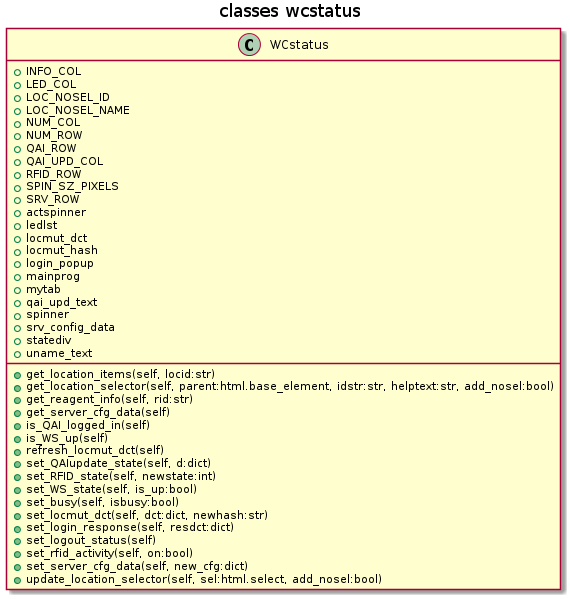
cfe-lab/stocky keeps this PlantUML diagram as stocky-devel/stocky/docs/source/uml_images/classes_wcstatus_classes.png. Above is the earlier version. Source of this version:
```plantuml
@startuml
title classes wcstatus
class WCstatus {
    +INFO_COL
    +LED_COL
    +LOC_NOSEL_ID
    +LOC_NOSEL_NAME
    +NUM_COL
    +NUM_ROW
    +QAI_ROW
    +QAI_UPD_COL
    +RFID_ROW
    +SPIN_SZ_PIXELS
    +SRV_ROW
    +actspinner
    +ledlst
    +locmut_dct
    +locmut_hash
    +login_popup
    +mainprog
    +mytab
    +qai_upd_text
    +spinner
    +srv_config_data
    +statediv
    +uname_text
    +get_location_items(self, locid:str)
    +get_location_selector(self, parent:html.base_element, idstr:str, helptext:str, add_nosel:bool)
    +get_reagent_info(self, rid:str)
    +get_server_cfg_data(self)
    +is_QAI_logged_in(self)
    +is_WS_up(self)
    +refresh_locmut_dct(self)
    +set_QAIupdate_state(self, d:dict)
    +set_RFID_state(self, newstate:int)
    +set_WS_state(self, is_up:bool)
    +set_busy(self, isbusy:bool)
    +set_locmut_dct(self, dct:dict, newhash:str)
    +set_login_response(self, resdct:dict)
    +set_logout_status(self)
    +set_rfid_activity(self, on:bool)
    +set_server_cfg_data(self, new_cfg:dict)
    +update_location_selector(self, sel:html.select, add_nosel:bool)
}


@enduml
```
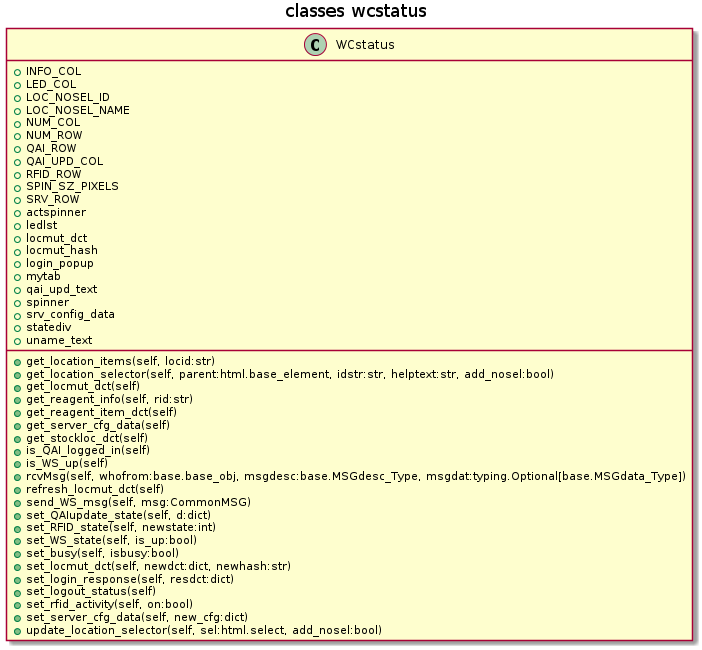
After the commit.

What changed in the source:
```diff
@@ -17,7 +17,6 @@
     +locmut_dct
     +locmut_hash
     +login_popup
-    +mainprog
     +mytab
     +qai_upd_text
     +spinner
@@ -26,16 +25,21 @@
     +uname_text
     +get_location_items(self, locid:str)
     +get_location_selector(self, parent:html.base_element, idstr:str, helptext:str, add_nosel:bool)
+    +get_locmut_dct(self)
     +get_reagent_info(self, rid:str)
+    +get_reagent_item_dct(self)
     +get_server_cfg_data(self)
+    +get_stockloc_dct(self)
     +is_QAI_logged_in(self)
     +is_WS_up(self)
+    +rcvMsg(self, whofrom:base.base_obj, msgdesc:base.MSGdesc_Type, msgdat:typing.Optional[base.MSGdata_Type])
     +refresh_locmut_dct(self)
+    +send_WS_msg(self, msg:CommonMSG)
     +set_QAIupdate_state(self, d:dict)
     +set_RFID_state(self, newstate:int)
     +set_WS_state(self, is_up:bool)
     +set_busy(self, isbusy:bool)
-    +set_locmut_dct(self, dct:dict, newhash:str)
+    +set_locmut_dct(self, newdct:dict, newhash:str)
     +set_login_response(self, resdct:dict)
     +set_logout_status(self)
     +set_rfid_activity(self, on:bool)
```
